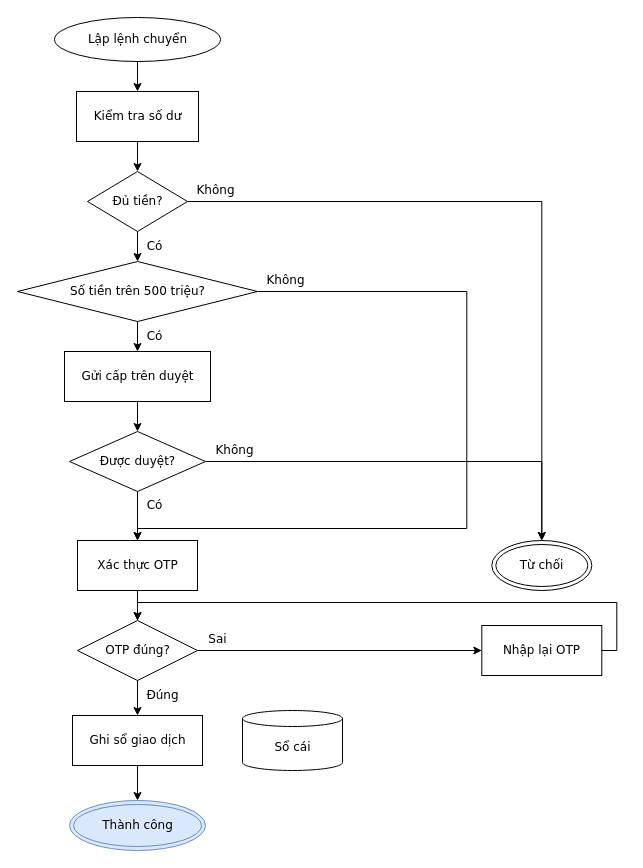
luytbq/flowcast keeps this draw.io diagram as conformance/golden/mermaid/05-chuyen-tien.drawio. Above is the earlier version. Source tidied: cells renumbered, new cells numbered last; positions are measured from the earlier drawing's top-left corner, leaving out a move shared by most shapes. Both pictures are drawn from the tidied source at 100%, with x=0, y=0 at pixel (17, 17).
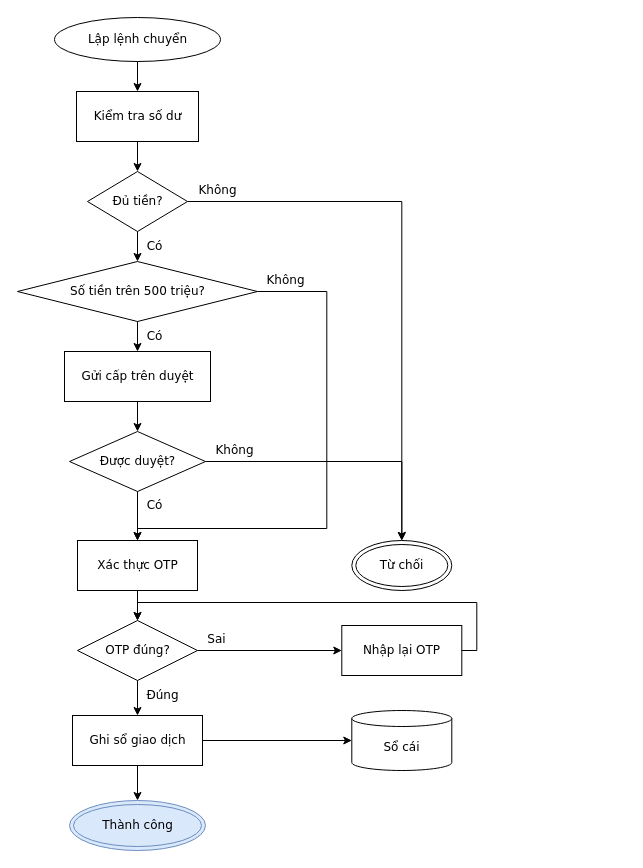
Above is the later version.

Unchanged cells that the change refers to:
```xml
<mxCell id="4" value="Đủ tiền?" style="rhombus;html=1;fontFamily=Verdana;fontSize=12;flowtable=1;" parent="1" vertex="1">
  <mxGeometry x="70" y="154" width="100" height="60" as="geometry" />
</mxCell>
<mxCell id="5" value="Số tiền trên 500 triệu?" style="rhombus;html=1;fontFamily=Verdana;fontSize=12;flowtable=1;" parent="1" vertex="1">
  <mxGeometry y="244" width="240" height="60" as="geometry" />
</mxCell>
<mxCell id="7" value="Được duyệt?" style="rhombus;html=1;fontFamily=Verdana;fontSize=12;flowtable=1;" parent="1" vertex="1">
  <mxGeometry x="52" y="414" width="136" height="60" as="geometry" />
</mxCell>
<mxCell id="9" value="Xác thực OTP" style="rounded=0;html=1;fontFamily=Verdana;fontSize=12;flowtable=1;" parent="1" vertex="1">
  <mxGeometry x="60" y="523" width="120" height="50" as="geometry" />
</mxCell>
<mxCell id="10" value="OTP đúng?" style="rhombus;html=1;fontFamily=Verdana;fontSize=12;flowtable=1;" parent="1" vertex="1">
  <mxGeometry x="60" y="603" width="120" height="60" as="geometry" />
</mxCell>
<mxCell id="12" value="Ghi sổ giao dịch" style="rounded=0;html=1;fontFamily=Verdana;fontSize=12;flowtable=1;" parent="1" vertex="1">
  <mxGeometry x="55" y="698" width="130" height="50" as="geometry" />
</mxCell>
```

Diff of the diagram source:
```diff
@@
     <mxCell id="8" value="Từ chối" style="shape=doubleEllipse;html=1;fontFamily=Verdana;fontSize=12;flowtable=1;" parent="1" vertex="1">
-      <mxGeometry x="474.3" y="523" width="100" height="50" as="geometry" />
+      <mxGeometry x="334.3" y="523" width="100" height="50" as="geometry" />
     </mxCell>
@@
     <mxCell id="11" value="Nhập lại OTP" style="rounded=0;html=1;fontFamily=Verdana;fontSize=12;flowtable=1;" parent="1" vertex="1">
-      <mxGeometry x="464.3" y="608" width="120" height="50" as="geometry" />
+      <mxGeometry x="324.3" y="608" width="120" height="50" as="geometry" />
     </mxCell>
@@
     <mxCell id="13" value="Sổ cái" style="shape=cylinder3;html=1;boundedLbl=1;backgroundOutline=1;size=8;fontFamily=Verdana;fontSize=12;flowtable=1;" parent="1" vertex="1">
-      <mxGeometry x="225" y="693" width="100" height="60" as="geometry" />
+      <mxGeometry x="334.3" y="693" width="100" height="60" as="geometry" />
     </mxCell>
@@
     <mxCell id="17" value="Không" style="edgeStyle=orthogonalEdgeStyle;rounded=0;jettySize=auto;html=1;labelBackgroundColor=default;exitX=1;exitY=0.5;exitDx=0;exitDy=0;entryX=0.5;entryY=0;entryDx=0;entryDy=0;fontFamily=Verdana;fontSize=12;flowtable=1;" parent="1" edge="1" source="4" target="8">
-      <mxGeometry x="-0.92" relative="1" as="geometry">
+      <mxGeometry x="-0.89" relative="1" as="geometry">
         <Array as="points">
-          <mxPoint x="524.3" y="184" />
+          <mxPoint x="384.3" y="184" />
         </Array>
         <mxPoint y="-11.5" as="offset" />
       </mxGeometry>
     </mxCell>
@@
     <mxCell id="20" value="Không" style="edgeStyle=orthogonalEdgeStyle;rounded=0;jettySize=auto;html=1;labelBackgroundColor=default;exitX=1;exitY=0.5;exitDx=0;exitDy=0;entryX=0.5;entryY=0;entryDx=0;entryDy=0;fontFamily=Verdana;fontSize=12;flowtable=1;" parent="1" edge="1" source="5" target="9">
-      <mxGeometry x="-0.93" relative="1" as="geometry">
+      <mxGeometry x="-0.89" relative="1" as="geometry">
         <Array as="points">
-          <mxPoint x="449.3" y="274" />
-          <mxPoint x="449.3" y="511" />
+          <mxPoint x="309.3" y="274" />
+          <mxPoint x="309.3" y="511" />
           <mxPoint x="120" y="511" />
         </Array>
         <mxPoint y="-11.5" as="offset" />
       </mxGeometry>
     </mxCell>
@@
     <mxCell id="22" value="Không" style="edgeStyle=orthogonalEdgeStyle;rounded=0;jettySize=auto;html=1;labelBackgroundColor=default;exitX=1;exitY=0.5;exitDx=0;exitDy=0;entryX=0.5;entryY=0;entryDx=0;entryDy=0;fontFamily=Verdana;fontSize=12;flowtable=1;" parent="1" edge="1" source="7" target="8">
-      <mxGeometry x="-0.86" relative="1" as="geometry">
+      <mxGeometry x="-0.79" relative="1" as="geometry">
         <Array as="points">
-          <mxPoint x="524.3" y="444" />
+          <mxPoint x="384.3" y="444" />
         </Array>
         <mxPoint y="-11.5" as="offset" />
       </mxGeometry>
     </mxCell>
@@
     <mxCell id="25" value="Sai" style="edgeStyle=orthogonalEdgeStyle;rounded=0;jettySize=auto;html=1;labelBackgroundColor=default;exitX=1;exitY=0.5;exitDx=0;exitDy=0;entryX=0;entryY=0.5;entryDx=0;entryDy=0;fontFamily=Verdana;fontSize=12;flowtable=1;" parent="1" edge="1" source="10" target="11">
-      <mxGeometry x="-0.86" relative="1" as="geometry">
+      <mxGeometry x="-0.73" relative="1" as="geometry">
         <mxPoint y="-11.5" as="offset" />
       </mxGeometry>
     </mxCell>
@@
     <mxCell id="27" style="edgeStyle=orthogonalEdgeStyle;rounded=0;jettySize=auto;html=1;labelBackgroundColor=default;exitX=1;exitY=0.5;exitDx=0;exitDy=0;entryX=0.5;entryY=0;entryDx=0;entryDy=0;fontFamily=Verdana;fontSize=12;flowtable=1;" parent="1" edge="1" source="11" target="10">
       <mxGeometry relative="1" as="geometry">
         <Array as="points">
-          <mxPoint x="599.3" y="633" />
-          <mxPoint x="599.3" y="585" />
+          <mxPoint x="459.3" y="633" />
+          <mxPoint x="459.3" y="585" />
           <mxPoint x="120" y="585" />
         </Array>
       </mxGeometry>
     </mxCell>
+    <mxCell id="29" style="edgeStyle=orthogonalEdgeStyle;rounded=0;jettySize=auto;html=1;labelBackgroundColor=default;exitX=1;exitY=0.5;exitDx=0;exitDy=0;entryX=0;entryY=0.5;entryDx=0;entryDy=0;fontFamily=Verdana;fontSize=12;flowtable=1;" parent="1" edge="1" source="12" target="13">
+      <mxGeometry relative="1" as="geometry" />
+    </mxCell>
```
